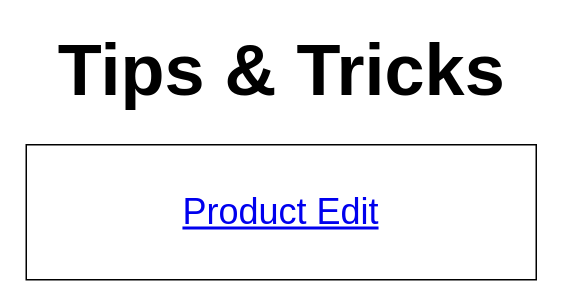
Earlier version of the draw.io diagram page "4. Tips & Tricks" (5 of 5) of formcreate.drawio (dellexquan/form-create-sharing). Source tidied: cells renumbered, new cells numbered last; positions are measured from the earlier drawing's top-left corner, leaving out a move shared by most shapes. Both pictures are drawn from the tidied source at 150%, with x=0, y=0 at pixel (26, 39).
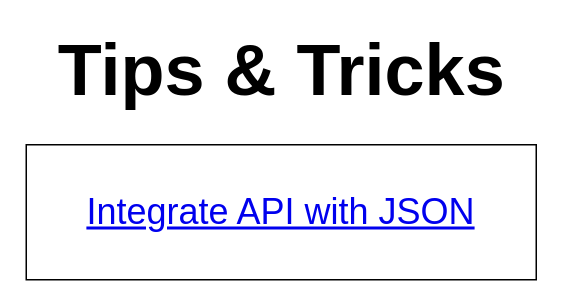
The same page after the edit.

Change to the diagram source:
```diff
@@
 <mxGraphModel>
   <root>
     <mxCell id="0" />
     <mxCell id="1" parent="0" />
     <mxCell id="2" value="&lt;span style=&quot;font-size: 48px&quot;&gt;Tips &amp;amp; Tricks&lt;/span&gt;" style="text;strokeColor=none;fillColor=none;html=1;fontSize=24;fontStyle=1;verticalAlign=middle;align=center;flipV=0;flipH=0;" parent="1" vertex="1">
       <mxGeometry x="120" width="100" height="40" as="geometry" />
     </mxCell>
-    <mxCell id="3" value="&lt;font style=&quot;font-size: 24px&quot;&gt;&lt;a href=&quot;https://adminsite.qa.aonvbonline.com/#/dashboard/product-config/products&quot;&gt;Product Edit&lt;/a&gt;&lt;/font&gt;" style="rounded=0;whiteSpace=wrap;html=1;flipV=0;flipH=0;" parent="1" vertex="1">
+    <mxCell id="3" value="&lt;font style=&quot;font-size: 24px&quot;&gt;&lt;a href=&quot;https://adminsite.qa.aonvbonline.com/#/dashboard/product-config/products&quot;&gt;Integrate API with JSON&lt;/a&gt;&lt;/font&gt;" style="rounded=0;whiteSpace=wrap;html=1;flipV=0;flipH=0;" parent="1" vertex="1">
       <mxGeometry y="70" width="340" height="90" as="geometry" />
     </mxCell>
   </root>
 </mxGraphModel>
```
